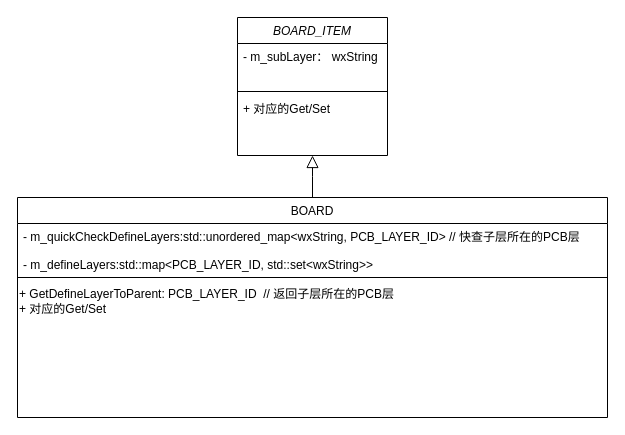
The draw.io diagram 未命名绘图1.drawio in xiziss/xiziss.github.io, before the edit. Source tidied: cells renumbered, new cells numbered last; positions are measured from the earlier drawing's top-left corner, leaving out a move shared by most shapes. Both pictures are drawn from the tidied source at 100%, with x=0, y=0 at pixel (17, 17).
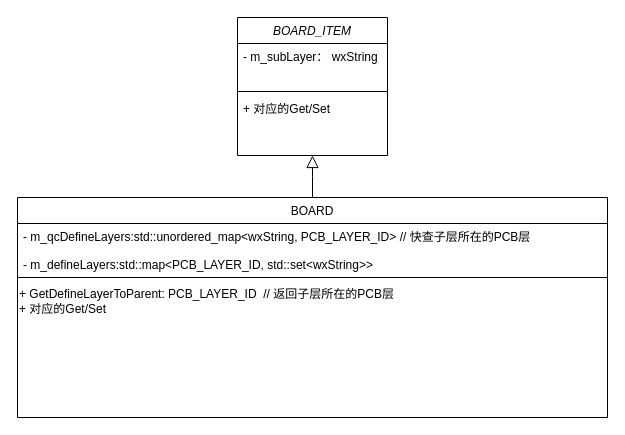
After the change.

Commit message (it also covers changes not shown here):
更新未命名绘图1.drawio

The edit, as a diff of the source:
```diff
@@
 <mxGraphModel>
   <root>
     <mxCell id="0" />
     <mxCell id="1" parent="0" />
     <mxCell id="2" value="BOARD_ITEM" style="swimlane;fontStyle=2;align=center;verticalAlign=top;horizontal=1;startSize=26;rounded=0;shadow=0;strokeWidth=1;" parent="1" vertex="1">
       <mxGeometry x="220" width="150" height="138" as="geometry" />
     </mxCell>
     <mxCell id="3" value="- m_subLayer： wxString" style="text;align=left;verticalAlign=top;spacingLeft=4;spacingRight=4;overflow=hidden;" parent="2" vertex="1">
       <mxGeometry y="26" width="150" height="44" as="geometry" />
     </mxCell>
     <mxCell id="4" style="line;html=1;strokeWidth=1;align=left;verticalAlign=middle;spacingTop=-1;spacingLeft=3;spacingRight=3;labelPosition=right;" parent="2" vertex="1">
       <mxGeometry y="70" width="150" height="8" as="geometry" />
     </mxCell>
     <mxCell id="5" value="+ 对应的Get/Set" style="text;align=left;verticalAlign=top;spacingLeft=4;spacingRight=4;overflow=hidden;" parent="2" vertex="1">
       <mxGeometry y="78" width="150" height="26" as="geometry" />
     </mxCell>
     <mxCell id="6" value="BOARD" style="swimlane;fontStyle=0;align=center;verticalAlign=top;horizontal=1;startSize=26;rounded=0;shadow=0;strokeWidth=1;" parent="1" vertex="1">
       <mxGeometry y="180" width="590" height="220" as="geometry" />
     </mxCell>
-    <mxCell id="7" value="- m_quickCheckDefineLayers:std::unordered_map&lt;wxString, PCB_LAYER_ID&gt; // 快查子层所在的PCB层&#10;&#10;- m_defineLayers:std::map&lt;PCB_LAYER_ID, std::set&lt;wxString&gt;&gt; " style="text;align=left;verticalAlign=top;spacingLeft=4;spacingRight=4;overflow=hidden;rounded=0;shadow=0;html=0;" parent="6" vertex="1">
+    <mxCell id="7" value="- m_qcDefineLayers:std::unordered_map&lt;wxString, PCB_LAYER_ID&gt; // 快查子层所在的PCB层&#10;&#10;- m_defineLayers:std::map&lt;PCB_LAYER_ID, std::set&lt;wxString&gt;&gt; " style="text;align=left;verticalAlign=top;spacingLeft=4;spacingRight=4;overflow=hidden;rounded=0;shadow=0;html=0;" parent="6" vertex="1">
       <mxGeometry y="26" width="590" height="50" as="geometry" />
     </mxCell>
     <mxCell id="8" style="line;html=1;strokeWidth=1;align=left;verticalAlign=middle;spacingTop=-1;spacingLeft=3;spacingRight=3;labelPosition=right;" parent="6" vertex="1">
       <mxGeometry y="76" width="590" height="8" as="geometry" />
     </mxCell>
     <mxCell id="9" value="+ GetDefineLayerToParent: PCB_LAYER_ID&amp;nbsp; // 返回子层所在的PCB层&lt;br&gt;+ 对应的Get/Set" style="text;html=1;align=left;verticalAlign=middle;strokeColor=none;fillColor=none;" parent="6" vertex="1">
       <mxGeometry y="84" width="590" height="40" as="geometry" />
     </mxCell>
     <mxCell id="10" style="endArrow=block;endSize=10;endFill=0;shadow=0;strokeWidth=1;rounded=0;edgeStyle=elbowEdgeStyle;elbow=vertical;" parent="1" edge="1" source="6" target="2">
       <mxGeometry relative="1" as="geometry" />
     </mxCell>
   </root>
 </mxGraphModel>
```
